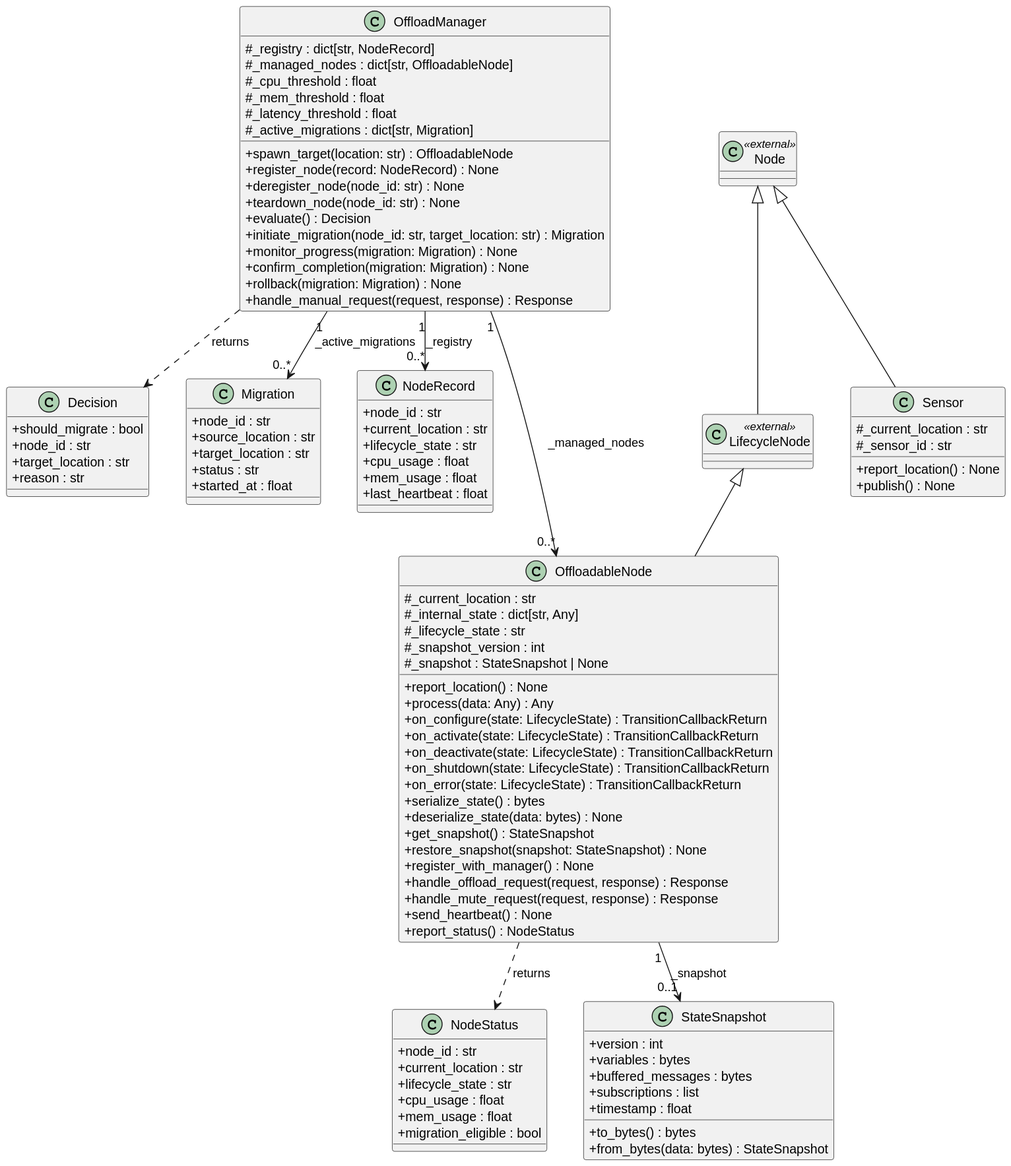
Above: Updated_Diagrams/01_Class_Diagram/classes_task_offloading.svg in tridibbanik17/Task_Offloading_Initial_Architecture (PlantUML), before the change. Its diagram source:
```plantuml
@startuml
set namespaceSeparator none
skinparam classAttributeIconSize 0
skinparam classFontStyle plain
skinparam classAttributeFontStyle plain
skinparam nodesep 40
skinparam ranksep 45

class "Node" as rclpy.node.Node <<external>>
class "LifecycleNode" as rclpy.lifecycle.LifecycleNode <<external>>
class "Sensor" as task_offloading.sensor.Sensor {
  # _current_location : str
  # _sensor_id : str
  + report_location() : None
  + publish() : None
}

class "Decision" as task_offloading.value_types.Decision {
  + should_migrate : bool
  + node_id : str
  + target_location : str
  + reason : str
}
class "Migration" as task_offloading.value_types.Migration {
  + node_id : str
  + source_location : str
  + target_location : str
  + status : str
  + started_at : float
}
class "NodeRecord" as task_offloading.value_types.NodeRecord {
  + node_id : str
  + current_location : str
  + lifecycle_state : str
  + cpu_usage : float
  + mem_usage : float
  + last_heartbeat : float
}
class "NodeStatus" as task_offloading.value_types.NodeStatus {
  + node_id : str
  + current_location : str
  + lifecycle_state : str
  + cpu_usage : float
  + mem_usage : float
  + migration_eligible : bool
}
class "StateSnapshot" as task_offloading.value_types.StateSnapshot {
  + version : int
  + variables : bytes
  + buffered_messages : bytes
  + subscriptions : list
  + timestamp : float
  + to_bytes() : bytes
  + from_bytes(data: bytes) : StateSnapshot
}
class "OffloadManager" as task_offloading.offload_manager.OffloadManager {
  # _registry : dict[str, NodeRecord]
  # _managed_nodes : dict[str, OffloadableNode]
  # _cpu_threshold : float
  # _mem_threshold : float
  # _latency_threshold : float
  # _active_migrations : dict[str, Migration]
  + spawn_target(location: str) : OffloadableNode
  + register_node(record: NodeRecord) : None
  + deregister_node(node_id: str) : None
  + teardown_node(node_id: str) : None
  + evaluate() : Decision
  + initiate_migration(node_id: str, target_location: str) : Migration
  + monitor_progress(migration: Migration) : None
  + confirm_completion(migration: Migration) : None
  + rollback(migration: Migration) : None
  + handle_manual_request(request, response) : Response
}
class "OffloadableNode" as task_offloading.offloadable_node.OffloadableNode {
  # _current_location : str
  # _internal_state : dict[str, Any]
  # _lifecycle_state : str
  # _snapshot_version : int
  # _snapshot : StateSnapshot | None
  + report_location() : None
  + process(data: Any) : Any
  + on_configure(state: LifecycleState) : TransitionCallbackReturn
  + on_activate(state: LifecycleState) : TransitionCallbackReturn
  + on_deactivate(state: LifecycleState) : TransitionCallbackReturn
  + on_shutdown(state: LifecycleState) : TransitionCallbackReturn
  + on_error(state: LifecycleState) : TransitionCallbackReturn
  + serialize_state() : bytes
  + deserialize_state(data: bytes) : None
  + get_snapshot() : StateSnapshot
  + restore_snapshot(snapshot: StateSnapshot) : None
  + register_with_manager() : None
  + handle_offload_request(request, response) : Response
  + handle_mute_request(request, response) : Response
  + send_heartbeat() : None
  + report_status() : NodeStatus
}
rclpy.node.Node <|-- rclpy.lifecycle.LifecycleNode
rclpy.node.Node <|-- task_offloading.sensor.Sensor
rclpy.lifecycle.LifecycleNode <|-- task_offloading.offloadable_node.OffloadableNode

task_offloading.offload_manager.OffloadManager "1" --> "0..*" task_offloading.offloadable_node.OffloadableNode : _managed_nodes
task_offloading.offload_manager.OffloadManager "1" --> "0..*" task_offloading.value_types.Migration : _active_migrations
task_offloading.offload_manager.OffloadManager "1" --> "0..*" task_offloading.value_types.NodeRecord : _registry
task_offloading.offloadable_node.OffloadableNode "1" --> "0..1" task_offloading.value_types.StateSnapshot : _snapshot

task_offloading.offload_manager.OffloadManager ..> task_offloading.value_types.Decision : returns
task_offloading.offloadable_node.OffloadableNode ..> task_offloading.value_types.NodeStatus : returns

task_offloading.offload_manager.OffloadManager -[hidden]right- rclpy.node.Node
rclpy.lifecycle.LifecycleNode -[hidden]right- task_offloading.sensor.Sensor
@enduml
```
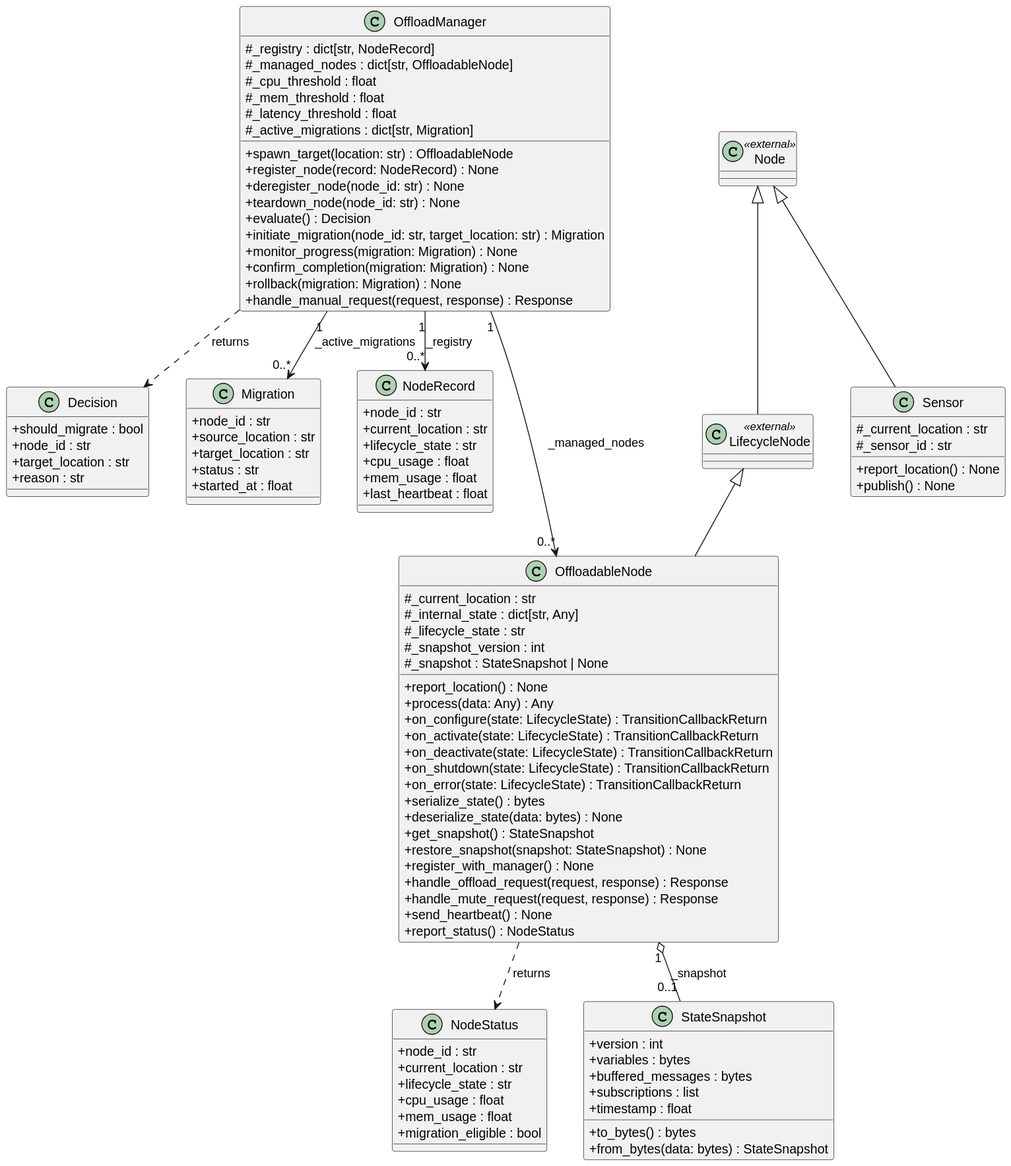
Above is the later version.

Commit message:
Model OffloadableNode-StateSnapshot as aggregation in pyreverse class diagram

Change _snapshot relationship from plain association to aggregation (o--), consistent with 5_class_diagram: node holds the snapshot but does not exclusively own it (serialized and rebuilt on the target).

Change to the diagram source:
```diff
@@ -101,7 +101,7 @@
 task_offloading.offload_manager.OffloadManager "1" --> "0..*" task_offloading.offloadable_node.OffloadableNode : _managed_nodes
 task_offloading.offload_manager.OffloadManager "1" --> "0..*" task_offloading.value_types.Migration : _active_migrations
 task_offloading.offload_manager.OffloadManager "1" --> "0..*" task_offloading.value_types.NodeRecord : _registry
-task_offloading.offloadable_node.OffloadableNode "1" --> "0..1" task_offloading.value_types.StateSnapshot : _snapshot
+task_offloading.offloadable_node.OffloadableNode "1" o-- "0..1" task_offloading.value_types.StateSnapshot : _snapshot
 
 task_offloading.offload_manager.OffloadManager ..> task_offloading.value_types.Decision : returns
 task_offloading.offloadable_node.OffloadableNode ..> task_offloading.value_types.NodeStatus : returns
```
